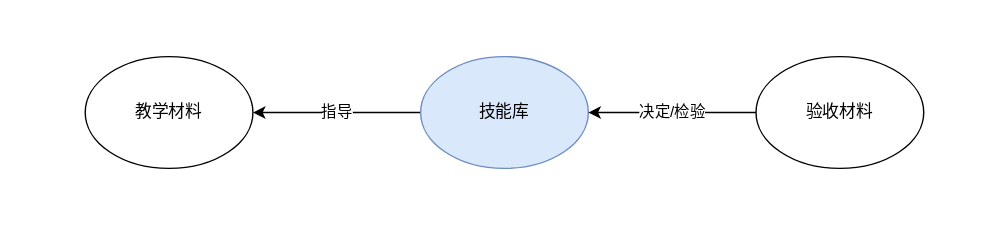
This is content/edu/img/highstruct.svg from lin/lin.github.io, a draw.io export, as it was before one commit. Source tidied: cells renumbered, new cells last; positions are measured from the earlier drawing's top-left corner, leaving out a move shared by most shapes.
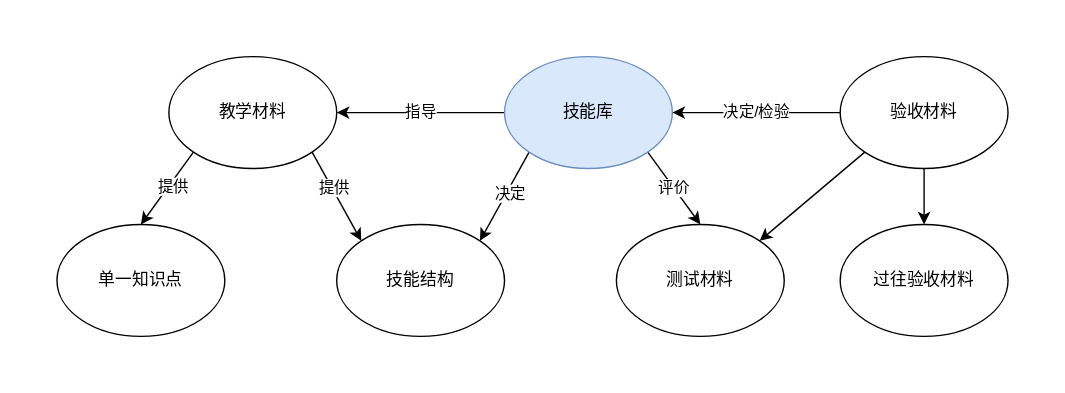
Later version of the same file.

What changed in the source:
```diff
@@ -3,22 +3,61 @@
     <mxCell id="0" />
     <mxCell id="1" parent="0" />
     <mxCell id="2" style="rounded=0;whiteSpace=wrap;html=1;fillColor=none;strokeColor=none;" parent="1" vertex="1">
-      <mxGeometry width="700" height="160" as="geometry" />
+      <mxGeometry x="-60" width="760" height="280" as="geometry" />
     </mxCell>
     <mxCell id="3" value="指导" style="edgeStyle=none;rounded=0;jettySize=auto;html=1;exitX=0;exitY=0.5;exitDx=0;exitDy=0;entryX=1;entryY=0.5;entryDx=0;entryDy=0;" parent="1" edge="1" source="4" target="7">
       <mxGeometry relative="1" as="geometry" />
     </mxCell>
+    <mxCell id="8" style="rounded=0;jettySize=auto;html=1;exitX=0;exitY=1;exitDx=0;exitDy=0;entryX=1;entryY=0;entryDx=0;entryDy=0;" parent="1" edge="1" source="4" target="17">
+      <mxGeometry relative="1" as="geometry" />
+    </mxCell>
+    <mxCell id="9" value="决定" style="edgeLabel;html=1;align=center;verticalAlign=middle;" parent="8" vertex="1">
+      <mxGeometry x="-0.11" y="2" relative="1" as="geometry" />
+    </mxCell>
+    <mxCell id="10" value="评价" style="edgeStyle=none;rounded=0;jettySize=auto;html=1;exitX=1;exitY=1;exitDx=0;exitDy=0;entryX=0.5;entryY=0;entryDx=0;entryDy=0;" parent="1" edge="1" source="4" target="19">
+      <mxGeometry relative="1" as="geometry" />
+    </mxCell>
     <mxCell id="4" value="技能库" style="ellipse;whiteSpace=wrap;html=1;fillColor=#dae8fc;strokeColor=#6c8ebf;" parent="1" vertex="1">
       <mxGeometry x="300" y="40" width="120" height="80" as="geometry" />
     </mxCell>
     <mxCell id="5" value="决定/检验" style="rounded=0;jettySize=auto;html=1;exitX=0;exitY=0.5;exitDx=0;exitDy=0;entryX=1;entryY=0.5;entryDx=0;entryDy=0;" parent="1" edge="1" source="6" target="4">
       <mxGeometry relative="1" as="geometry" />
     </mxCell>
+    <mxCell id="11" style="edgeStyle=none;rounded=0;jettySize=auto;html=1;exitX=0;exitY=1;exitDx=0;exitDy=0;entryX=1;entryY=0;entryDx=0;entryDy=0;" parent="1" edge="1" source="6" target="19">
+      <mxGeometry relative="1" as="geometry" />
+    </mxCell>
+    <mxCell id="12" style="edgeStyle=none;rounded=0;jettySize=auto;html=1;exitX=0.5;exitY=1;exitDx=0;exitDy=0;" parent="1" edge="1" source="6" target="20">
+      <mxGeometry relative="1" as="geometry" />
+    </mxCell>
     <mxCell id="6" value="验收材料" style="ellipse;whiteSpace=wrap;html=1;" parent="1" vertex="1">
       <mxGeometry x="540" y="40" width="120" height="80" as="geometry" />
     </mxCell>
+    <mxCell id="13" style="edgeStyle=none;rounded=0;jettySize=auto;html=1;exitX=1;exitY=1;exitDx=0;exitDy=0;entryX=0;entryY=0;entryDx=0;entryDy=0;" parent="1" edge="1" source="7" target="17">
+      <mxGeometry relative="1" as="geometry" />
+    </mxCell>
+    <mxCell id="14" value="提供" style="edgeLabel;html=1;align=center;verticalAlign=middle;" parent="13" vertex="1">
+      <mxGeometry x="-0.2" y="1" relative="1" as="geometry" />
+    </mxCell>
+    <mxCell id="15" style="edgeStyle=none;rounded=0;jettySize=auto;html=1;exitX=0;exitY=1;exitDx=0;exitDy=0;entryX=0.5;entryY=0;entryDx=0;entryDy=0;" parent="1" edge="1" source="7" target="18">
+      <mxGeometry relative="1" as="geometry" />
+    </mxCell>
+    <mxCell id="16" value="提供" style="edgeLabel;html=1;align=center;verticalAlign=middle;" parent="15" vertex="1">
+      <mxGeometry x="-0.1" y="2" relative="1" as="geometry" />
+    </mxCell>
     <mxCell id="7" value="教学材料" style="ellipse;whiteSpace=wrap;html=1;" parent="1" vertex="1">
       <mxGeometry x="60" y="40" width="120" height="80" as="geometry" />
     </mxCell>
+    <mxCell id="17" value="技能结构" style="ellipse;whiteSpace=wrap;html=1;" parent="1" vertex="1">
+      <mxGeometry x="180" y="160" width="120" height="80" as="geometry" />
+    </mxCell>
+    <mxCell id="18" value="单一知识点" style="ellipse;whiteSpace=wrap;html=1;" parent="1" vertex="1">
+      <mxGeometry x="-20" y="160" width="120" height="80" as="geometry" />
+    </mxCell>
+    <mxCell id="19" value="测试材料" style="ellipse;whiteSpace=wrap;html=1;" parent="1" vertex="1">
+      <mxGeometry x="380" y="160" width="120" height="80" as="geometry" />
+    </mxCell>
+    <mxCell id="20" value="过往验收材料" style="ellipse;whiteSpace=wrap;html=1;" parent="1" vertex="1">
+      <mxGeometry x="540" y="160" width="120" height="80" as="geometry" />
+    </mxCell>
   </root>
 </mxGraphModel>
```
